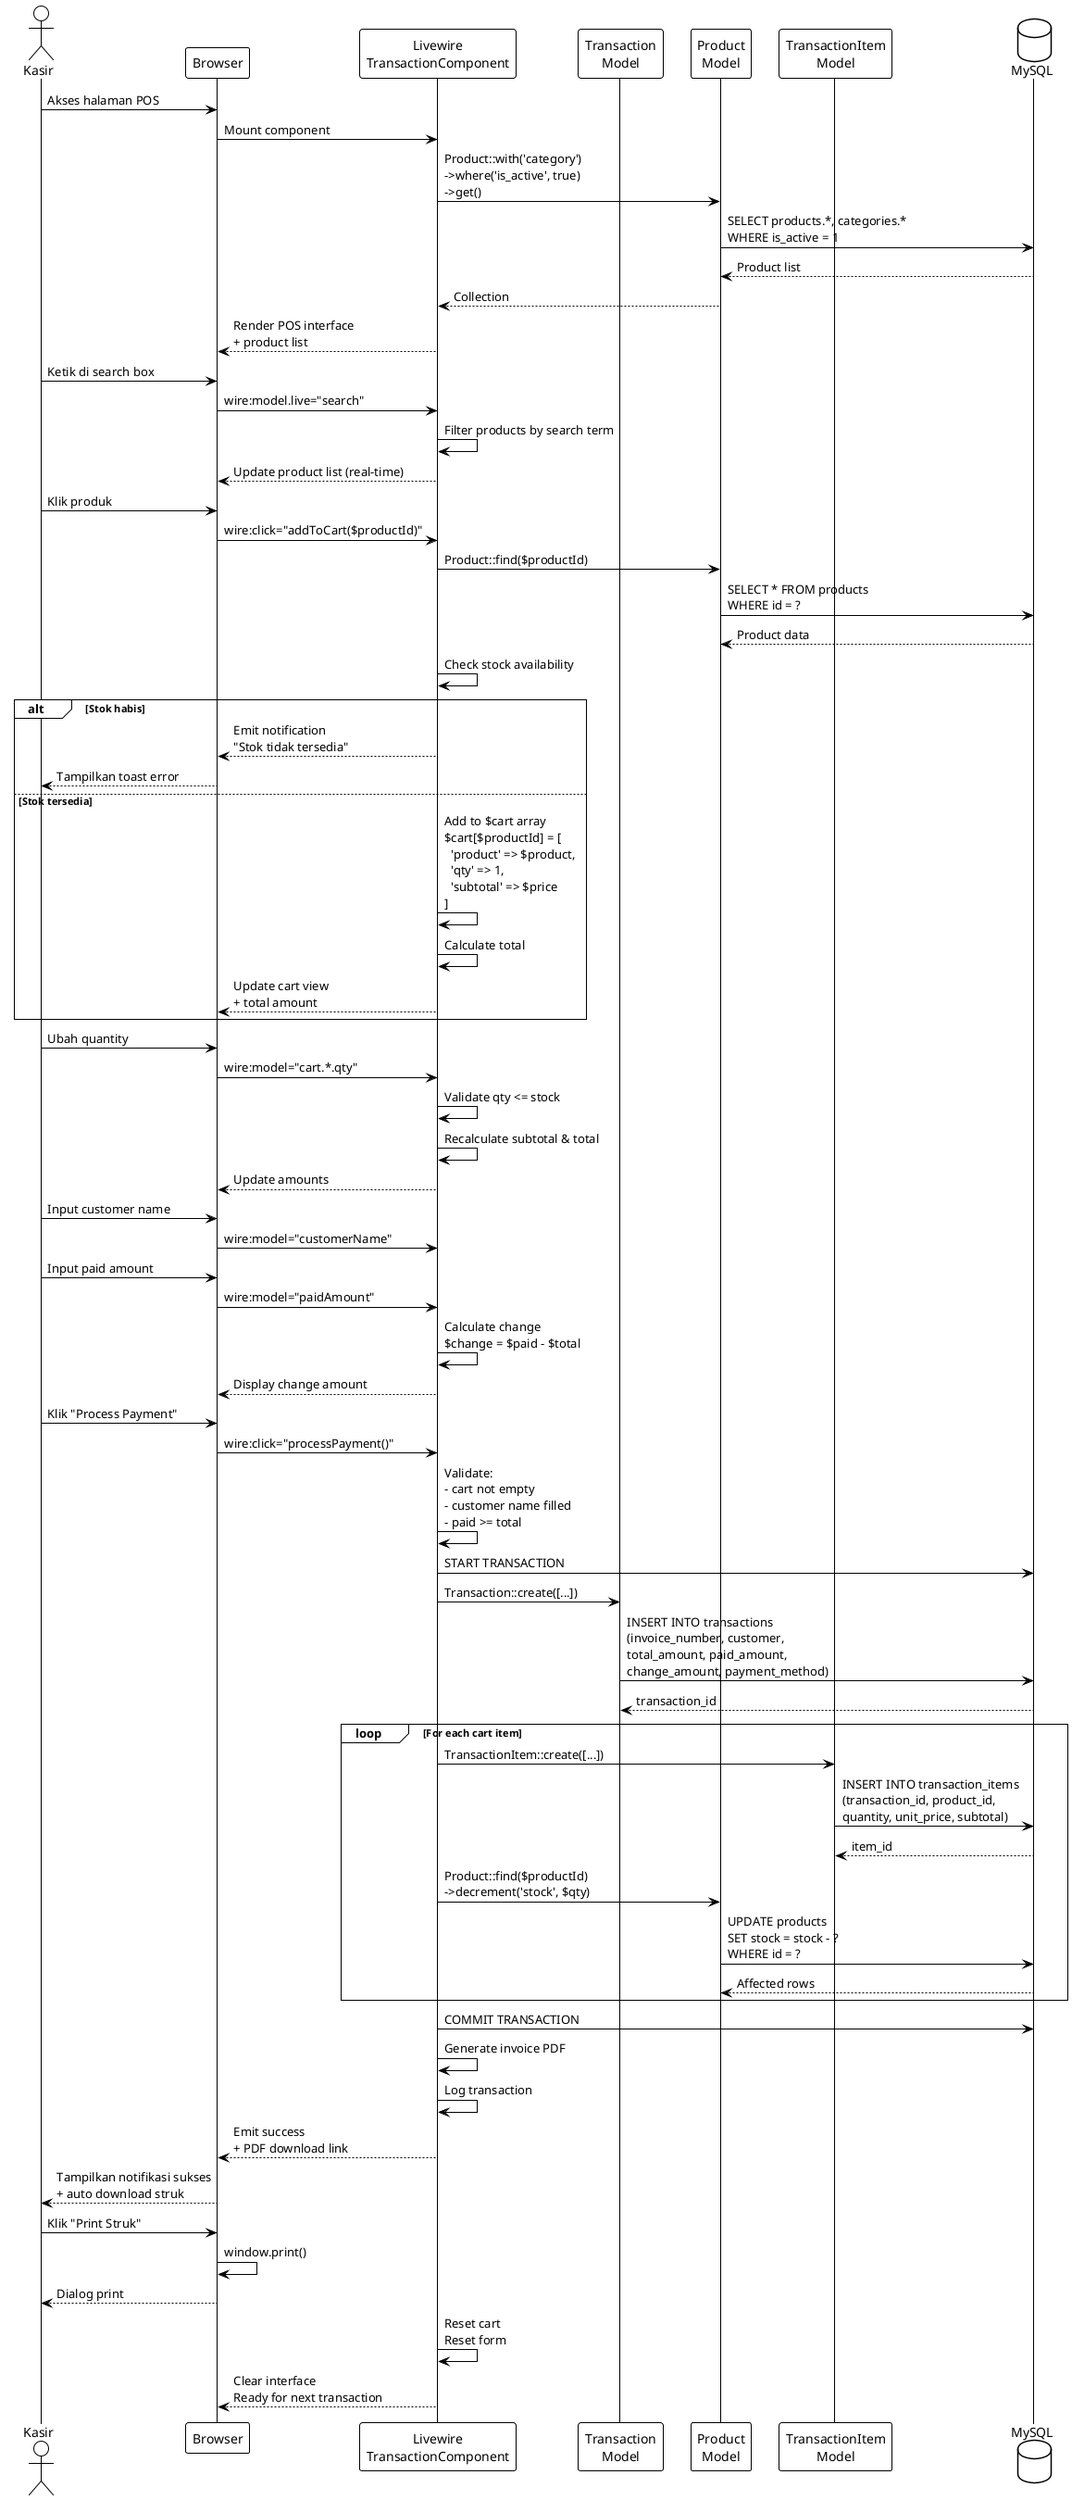
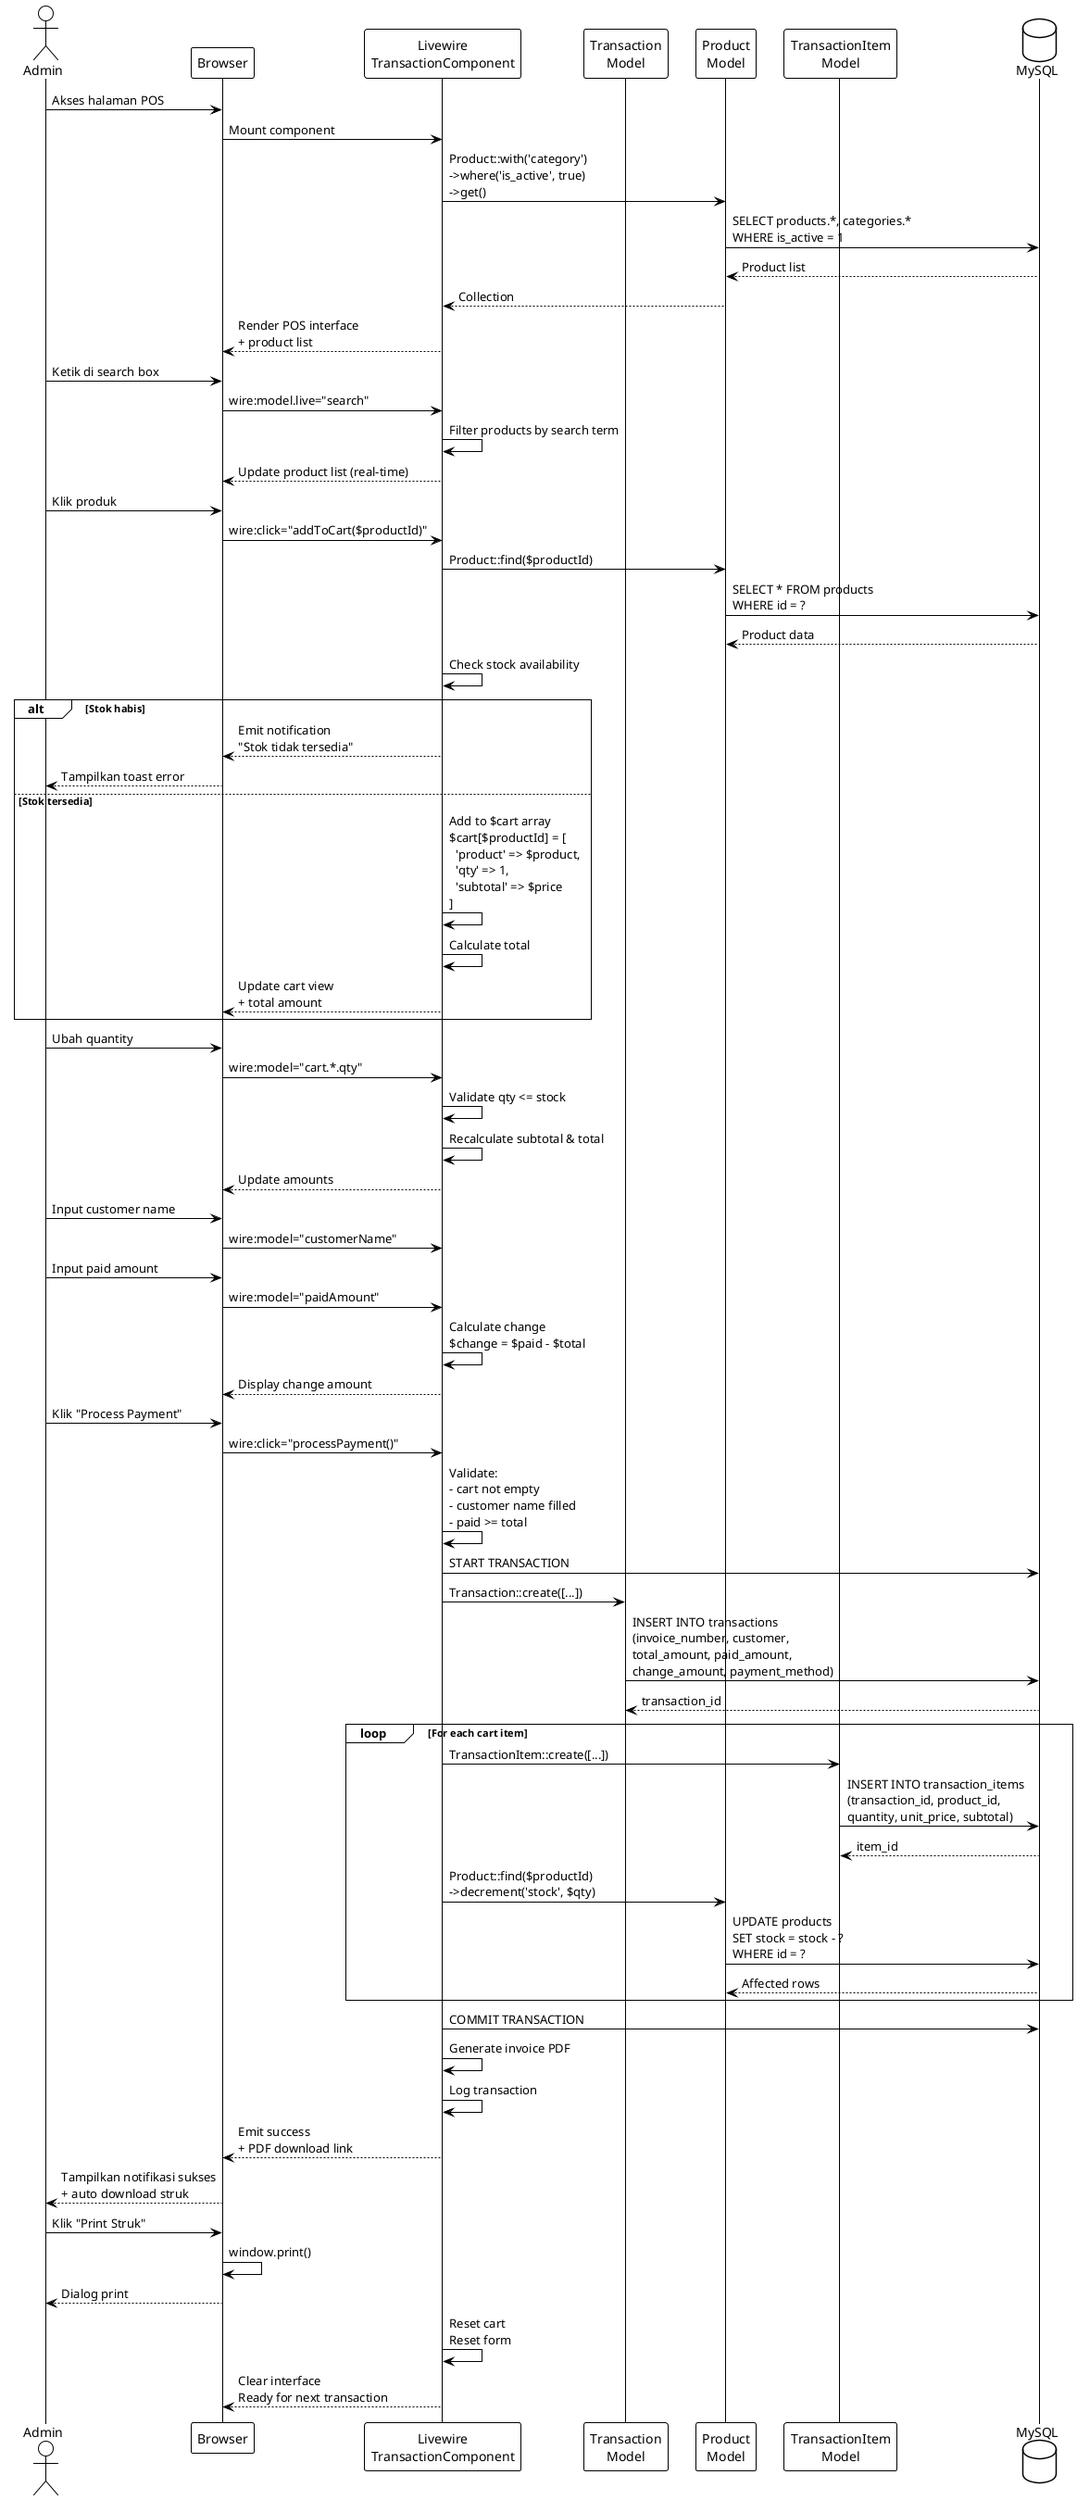
@startuml sequence-transaksi
!theme plain
skinparam backgroundColor #FFFFFF

- actor Kasir
+ actor Admin
participant Browser
participant "Livewire\nTransactionComponent" as Livewire
participant "Transaction\nModel" as TrxModel
participant "Product\nModel" as ProdModel
participant "TransactionItem\nModel" as ItemModel
database MySQL

- Kasir -> Browser: Akses halaman POS
+ Admin -> Browser: Akses halaman POS
Browser -> Livewire: Mount component
Livewire -> ProdModel: Product::with('category')\n->where('is_active', true)\n->get()
ProdModel -> MySQL: SELECT products.*, categories.*\nWHERE is_active = 1
MySQL --> ProdModel: Product list
ProdModel --> Livewire: Collection
Livewire --> Browser: Render POS interface\n+ product list

- Kasir -> Browser: Ketik di search box
+ Admin -> Browser: Ketik di search box
Browser -> Livewire: wire:model.live="search"
Livewire -> Livewire: Filter products by search term
Livewire --> Browser: Update product list (real-time)

- Kasir -> Browser: Klik produk
+ Admin -> Browser: Klik produk
Browser -> Livewire: wire:click="addToCart($productId)"

Livewire -> ProdModel: Product::find($productId)
ProdModel -> MySQL: SELECT * FROM products\nWHERE id = ?
MySQL --> ProdModel: Product data

Livewire -> Livewire: Check stock availability
alt Stok habis
  Livewire --> Browser: Emit notification\n"Stok tidak tersedia"
-   Browser --> Kasir: Tampilkan toast error
+   Browser --> Admin: Tampilkan toast error
else Stok tersedia
  Livewire -> Livewire: Add to $cart array\n$cart[$productId] = [\n  'product' => $product,\n  'qty' => 1,\n  'subtotal' => $price\n]
  Livewire -> Livewire: Calculate total
  Livewire --> Browser: Update cart view\n+ total amount
end

- Kasir -> Browser: Ubah quantity
+ Admin -> Browser: Ubah quantity
Browser -> Livewire: wire:model="cart.*.qty"
Livewire -> Livewire: Validate qty <= stock
Livewire -> Livewire: Recalculate subtotal & total
Livewire --> Browser: Update amounts

- Kasir -> Browser: Input customer name
+ Admin -> Browser: Input customer name
Browser -> Livewire: wire:model="customerName"

- Kasir -> Browser: Input paid amount
+ Admin -> Browser: Input paid amount
Browser -> Livewire: wire:model="paidAmount"
Livewire -> Livewire: Calculate change\n$change = $paid - $total
Livewire --> Browser: Display change amount

- Kasir -> Browser: Klik "Process Payment"
+ Admin -> Browser: Klik "Process Payment"
Browser -> Livewire: wire:click="processPayment()"

Livewire -> Livewire: Validate:\n- cart not empty\n- customer name filled\n- paid >= total

Livewire -> MySQL: START TRANSACTION

Livewire -> TrxModel: Transaction::create([...])
TrxModel -> MySQL: INSERT INTO transactions\n(invoice_number, customer,\ntotal_amount, paid_amount,\nchange_amount, payment_method)
MySQL --> TrxModel: transaction_id

loop For each cart item
  Livewire -> ItemModel: TransactionItem::create([...])
  ItemModel -> MySQL: INSERT INTO transaction_items\n(transaction_id, product_id,\nquantity, unit_price, subtotal)
  MySQL --> ItemModel: item_id

  Livewire -> ProdModel: Product::find($productId)\n->decrement('stock', $qty)
  ProdModel -> MySQL: UPDATE products\nSET stock = stock - ?\nWHERE id = ?
  MySQL --> ProdModel: Affected rows
end

Livewire -> MySQL: COMMIT TRANSACTION

Livewire -> Livewire: Generate invoice PDF
Livewire -> Livewire: Log transaction

Livewire --> Browser: Emit success\n+ PDF download link
- Browser --> Kasir: Tampilkan notifikasi sukses\n+ auto download struk
+ Browser --> Admin: Tampilkan notifikasi sukses\n+ auto download struk

- Kasir -> Browser: Klik "Print Struk"
+ Admin -> Browser: Klik "Print Struk"
Browser -> Browser: window.print()
- Browser --> Kasir: Dialog print
+ Browser --> Admin: Dialog print

Livewire -> Livewire: Reset cart\nReset form
Livewire --> Browser: Clear interface\nReady for next transaction

@enduml
